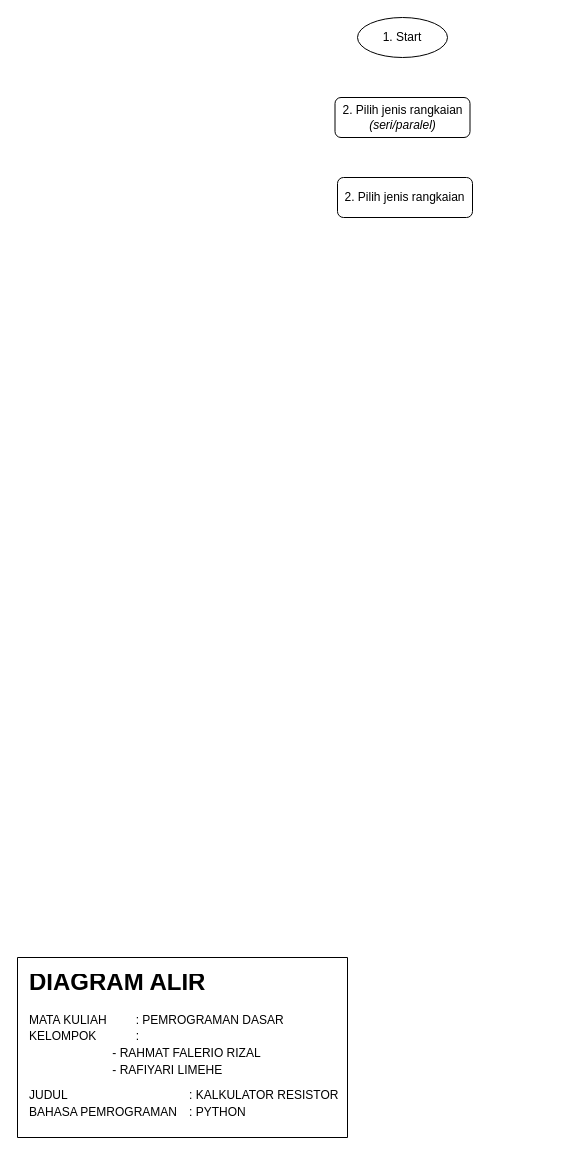
The draw.io diagram Diag-1-Py.drawio in rahmatfrzal/Python, before the edit. Source tidied: cells renumbered, new cells numbered last; positions are measured from the earlier drawing's top-left corner, leaving out a move shared by most shapes. Both pictures are drawn from the tidied source at 100%, with x=0, y=0 at pixel (17, 17).
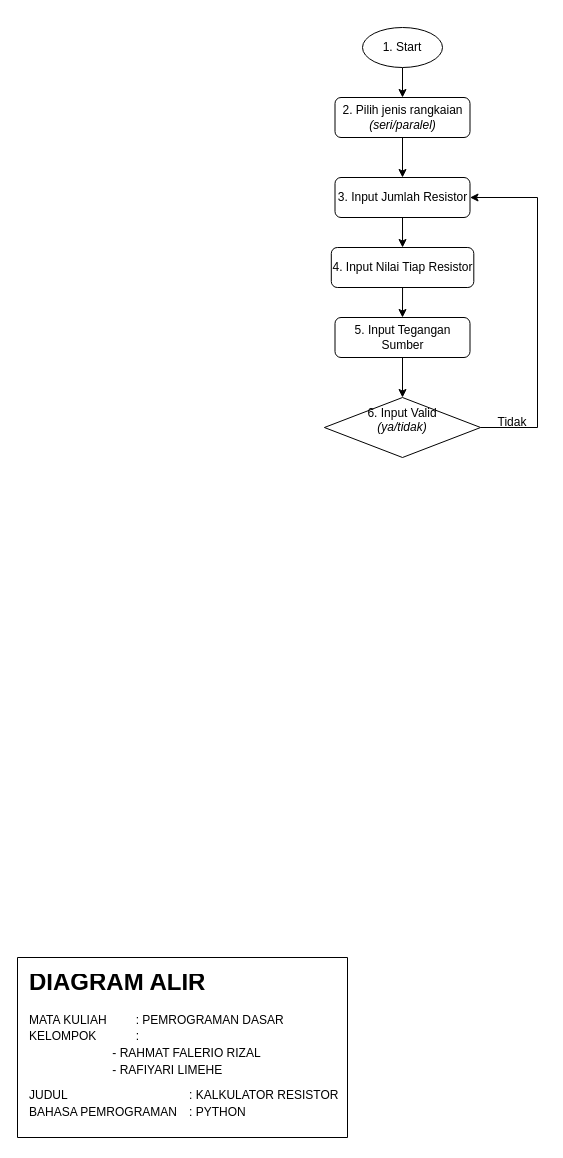
After the change.

The change refers to these unchanged cells:
```xml
<mxCell id="7" value="2. Pilih jenis rangkaian&lt;div&gt;&lt;i&gt;(seri/paralel)&lt;/i&gt;&lt;/div&gt;" style="rounded=1;whiteSpace=wrap;html=1;roundedPerimeter=1;" parent="1" vertex="1">
  <mxGeometry x="317.5" y="80" width="135" height="40" as="geometry" />
</mxCell>
```

The edit, as a diff of the source:
```diff
@@
-    <mxCell id="3" style="ellipse;whiteSpace=wrap;html=1;shapeInside=1;" parent="1" vertex="1">
-      <mxGeometry x="340" width="90" height="40" as="geometry" />
-    </mxCell>
-    <mxCell id="4" value="1. Start" style="text;html=1;whiteSpace=wrap;strokeColor=none;fillColor=none;align=center;verticalAlign=middle;rounded=0;" parent="1" vertex="1">
-      <mxGeometry x="355" y="5" width="60" height="30" as="geometry" />
-    </mxCell>
+    <mxCell id="9" style="edgeStyle=orthogonalEdgeStyle;rounded=0;jettySize=auto;html=1;exitX=0.5;exitY=1;exitDx=0;exitDy=0;entryX=0.5;entryY=0;entryDx=0;entryDy=0;" parent="1" edge="1" source="5" target="13">
+      <mxGeometry relative="1" as="geometry" />
+    </mxCell>
-    <mxCell id="5" value="2. Pilih jenis rangkaian" style="rounded=1;whiteSpace=wrap;html=1;roundedPerimeter=1;" parent="1" vertex="1">
-      <mxGeometry x="320" y="160" width="135" height="40" as="geometry" />
+    <mxCell id="5" value="3. Input Jumlah Resistor" style="rounded=1;whiteSpace=wrap;html=1;roundedPerimeter=1;" parent="1" vertex="1">
+      <mxGeometry x="317.5" y="160" width="135" height="40" as="geometry" />
     </mxCell>
@@
+    <mxCell id="10" style="edgeStyle=orthogonalEdgeStyle;rounded=0;jettySize=auto;html=1;exitX=0.5;exitY=1;exitDx=0;exitDy=0;" parent="1" edge="1" source="7">
+      <mxGeometry relative="1" as="geometry">
+        <mxPoint x="384.7" y="120.3" as="targetPoint" />
+      </mxGeometry>
+    </mxCell>
+    <mxCell id="11" style="edgeStyle=orthogonalEdgeStyle;rounded=0;jettySize=auto;html=1;exitX=0.5;exitY=1;exitDx=0;exitDy=0;entryX=0.5;entryY=0;entryDx=0;entryDy=0;" parent="1" edge="1" source="7" target="5">
+      <mxGeometry relative="1" as="geometry" />
+    </mxCell>
@@
+    <mxCell id="12" style="edgeStyle=orthogonalEdgeStyle;rounded=0;jettySize=auto;html=1;exitX=0.5;exitY=1;exitDx=0;exitDy=0;entryX=0.5;entryY=0;entryDx=0;entryDy=0;" parent="1" edge="1" source="13" target="15">
+      <mxGeometry relative="1" as="geometry" />
+    </mxCell>
+    <mxCell id="13" value="4. Input Nilai Tiap Resistor" style="rounded=1;whiteSpace=wrap;html=1;roundedPerimeter=1;" parent="1" vertex="1">
+      <mxGeometry x="313.8" y="230" width="142.5" height="40" as="geometry" />
+    </mxCell>
+    <mxCell id="14" style="edgeStyle=orthogonalEdgeStyle;rounded=0;jettySize=auto;html=1;exitX=0.5;exitY=1;exitDx=0;exitDy=0;entryX=0.5;entryY=0;entryDx=0;entryDy=0;" parent="1" edge="1" source="15" target="18">
+      <mxGeometry relative="1" as="geometry" />
+    </mxCell>
+    <mxCell id="15" value="5. Input Tegangan Sumber" style="rounded=1;whiteSpace=wrap;html=1;roundedPerimeter=1;" parent="1" vertex="1">
+      <mxGeometry x="317.5" y="300" width="135" height="40" as="geometry" />
+    </mxCell>
+    <mxCell id="16" style="edgeStyle=orthogonalEdgeStyle;rounded=0;jettySize=auto;html=1;" parent="1" edge="1" source="4" target="7">
+      <mxGeometry relative="1" as="geometry" />
+    </mxCell>
+    <mxCell id="4" value="&lt;div&gt;1. Start&lt;/div&gt;" style="ellipse;whiteSpace=wrap;html=1;shapeInside=1;" parent="1" vertex="1">
+      <mxGeometry x="345" y="10" width="80" height="40" as="geometry" />
+    </mxCell>
+    <mxCell id="17" style="edgeStyle=orthogonalEdgeStyle;rounded=0;jettySize=auto;html=1;exitX=1;exitY=0.5;exitDx=0;exitDy=0;entryX=1;entryY=0.5;entryDx=0;entryDy=0;" parent="1" edge="1" source="18" target="5">
+      <mxGeometry relative="1" as="geometry">
+        <Array as="points">
+          <mxPoint x="520" y="410" />
+          <mxPoint x="520" y="180" />
+        </Array>
+      </mxGeometry>
+    </mxCell>
+    <mxCell id="18" value="6. Input Valid&lt;br&gt;&lt;i&gt;(ya/tidak)&lt;/i&gt;&lt;br&gt;&lt;div&gt;&lt;br&gt;&lt;/div&gt;" style="rhombus;whiteSpace=wrap;html=1;shapeInside=1;" parent="1" vertex="1">
+      <mxGeometry x="306.9" y="380" width="156.2" height="60" as="geometry" />
+    </mxCell>
+    <mxCell id="19" value="Tidak" style="text;html=1;whiteSpace=wrap;strokeColor=none;fillColor=none;align=center;verticalAlign=middle;rounded=0;" parent="1" vertex="1">
+      <mxGeometry x="470" y="390" width="50" height="30" as="geometry" />
+    </mxCell>
```
